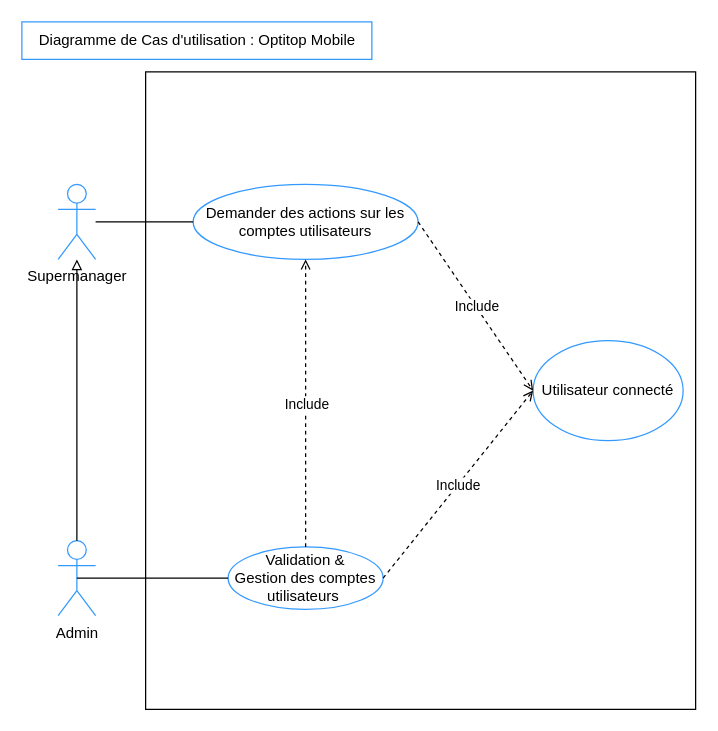
Earlier version of the draw.io diagram Ressources/Diagrammes/Diagramme Cas d'utilisation Mobile.drawio (joyhure/Optitop_java). Source tidied: cells renumbered, new cells numbered last; positions are measured from the earlier drawing's top-left corner, leaving out a move shared by most shapes. Both pictures are drawn from the tidied source at 125%, with x=0, y=0 at pixel (21, 21).
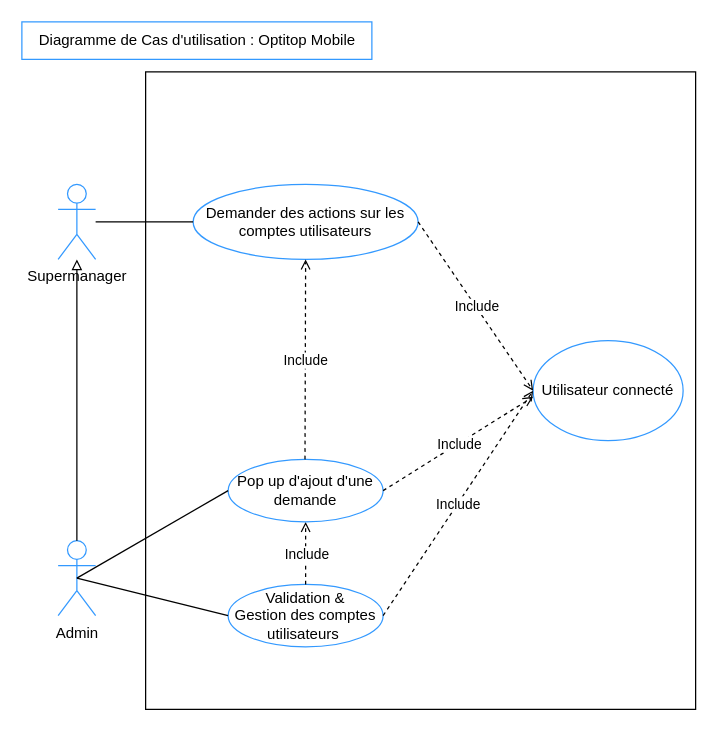
Above is the later version.

The change refers to these unchanged cells:
```xml
<mxCell id="5" value="Admin" style="shape=umlActor;verticalLabelPosition=bottom;verticalAlign=top;html=1;outlineConnect=0;strokeColor=#3399FF;" parent="1" vertex="1">
  <mxGeometry x="29" y="415" width="30" height="60" as="geometry" />
</mxCell>
<mxCell id="7" value="Demander des actions sur les comptes utilisateurs" style="ellipse;whiteSpace=wrap;html=1;strokeColor=#3399FF;" parent="1" vertex="1">
  <mxGeometry x="137" y="130" width="180" height="60" as="geometry" />
</mxCell>
```

Change to the diagram source:
```diff
@@
     <mxCell id="6" value="Validation &amp;amp; &lt;br&gt;Gestion des comptes utilisateurs&amp;nbsp;" style="ellipse;whiteSpace=wrap;html=1;strokeColor=#3399FF;" parent="1" vertex="1">
-      <mxGeometry x="165" y="420" width="124" height="50" as="geometry" />
+      <mxGeometry x="165" y="450" width="124" height="50" as="geometry" />
     </mxCell>
@@
-    <mxCell id="15" style="endArrow=open;html=1;exitX=0.5;exitY=0;exitDx=0;exitDy=0;dashed=1;endFill=0;entryX=0.5;entryY=1;entryDx=0;entryDy=0;" parent="1" edge="1" source="6" target="7">
-      <mxGeometry relative="1" as="geometry" />
-    </mxCell>
-    <mxCell id="16" value="Include" style="edgeLabel;html=1;align=center;verticalAlign=middle;strokeColor=#3399FF;" parent="15" vertex="1">
-      <mxGeometry relative="1" as="geometry" />
-    </mxCell>
@@
+    <mxCell id="18" style="endArrow=open;html=1;exitX=0.5;exitY=0;exitDx=0;exitDy=0;dashed=1;endFill=0;entryX=0.5;entryY=1;entryDx=0;entryDy=0;" parent="1" edge="1" source="6" target="20">
+      <mxGeometry relative="1" as="geometry" />
+    </mxCell>
+    <mxCell id="19" value="Include" style="edgeLabel;html=1;align=center;verticalAlign=middle;strokeColor=#3399FF;" parent="18" vertex="1">
+      <mxGeometry relative="1" as="geometry" />
+    </mxCell>
+    <mxCell id="20" value="Pop up d'ajout d'une demande" style="ellipse;whiteSpace=wrap;html=1;strokeColor=#3399FF;" parent="1" vertex="1">
+      <mxGeometry x="165" y="350" width="124" height="50" as="geometry" />
+    </mxCell>
+    <mxCell id="21" style="endArrow=open;html=1;exitX=0.5;exitY=0;exitDx=0;exitDy=0;dashed=1;endFill=0;entryX=0.5;entryY=1;entryDx=0;entryDy=0;" parent="1" edge="1" target="7">
+      <mxGeometry relative="1" as="geometry">
+        <mxPoint x="226.5" y="350" as="sourcePoint" />
+      </mxGeometry>
+    </mxCell>
+    <mxCell id="22" value="Include" style="edgeLabel;html=1;align=center;verticalAlign=middle;strokeColor=#3399FF;" parent="21" vertex="1">
+      <mxGeometry relative="1" as="geometry" />
+    </mxCell>
+    <mxCell id="23" style="endArrow=none;html=1;entryX=0;entryY=0.5;entryDx=0;entryDy=0;exitX=0.5;exitY=0.5;exitDx=0;exitDy=0;exitPerimeter=0;" parent="1" edge="1" source="5" target="20">
+      <mxGeometry relative="1" as="geometry" />
+    </mxCell>
+    <mxCell id="24" style="endArrow=open;html=1;exitX=1;exitY=0.5;exitDx=0;exitDy=0;dashed=1;endFill=0;" parent="1" edge="1" source="20">
+      <mxGeometry relative="1" as="geometry">
+        <mxPoint x="409" y="300" as="targetPoint" />
+      </mxGeometry>
+    </mxCell>
+    <mxCell id="25" value="Include" style="edgeLabel;html=1;align=center;verticalAlign=middle;strokeColor=#3399FF;" parent="24" vertex="1">
+      <mxGeometry relative="1" as="geometry" />
+    </mxCell>
```
